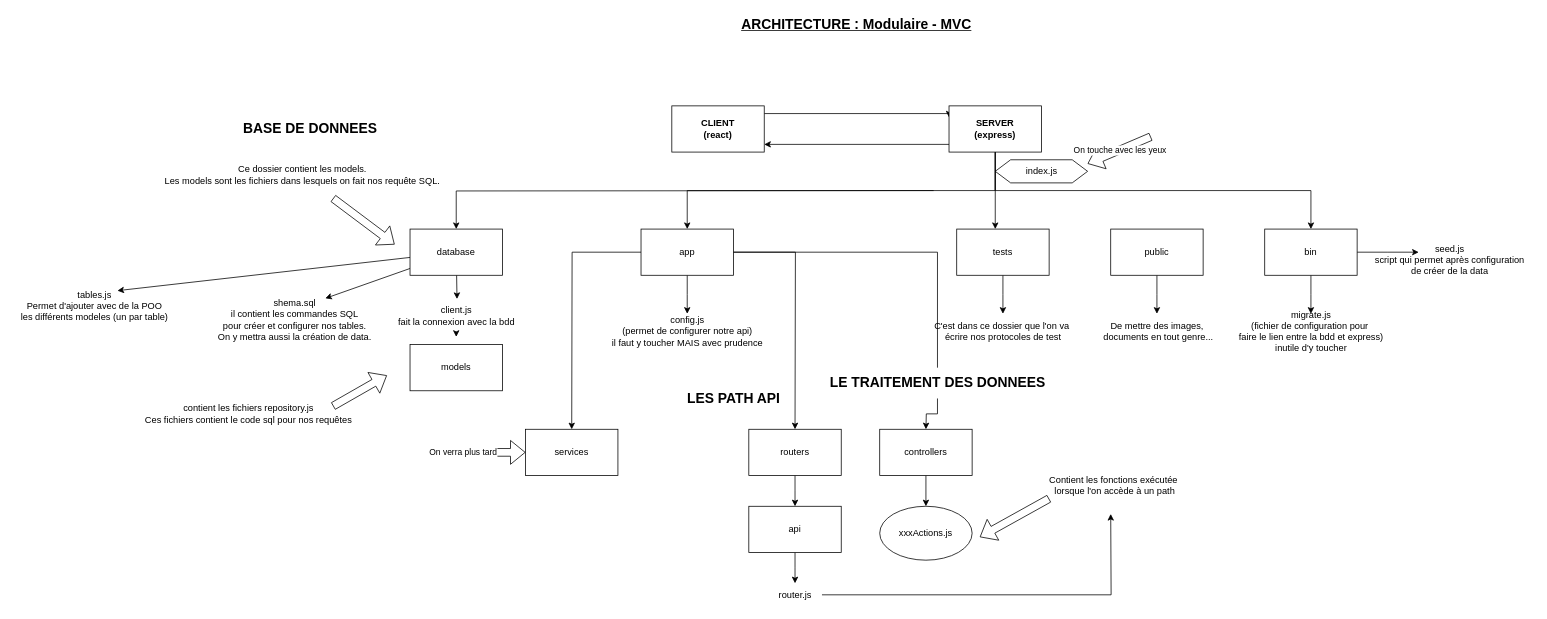
Earlier version of the draw.io diagram page "architecture" (1 of 4) of server/public/schemas/architecture.drawio (kpeset/guitareshop). Source tidied: cells renumbered, new cells numbered last; positions are measured from the earlier drawing's top-left corner, leaving out a move shared by most shapes. Both pictures are drawn from the tidied source at 77%, with x=0, y=0 at pixel (13, 13).
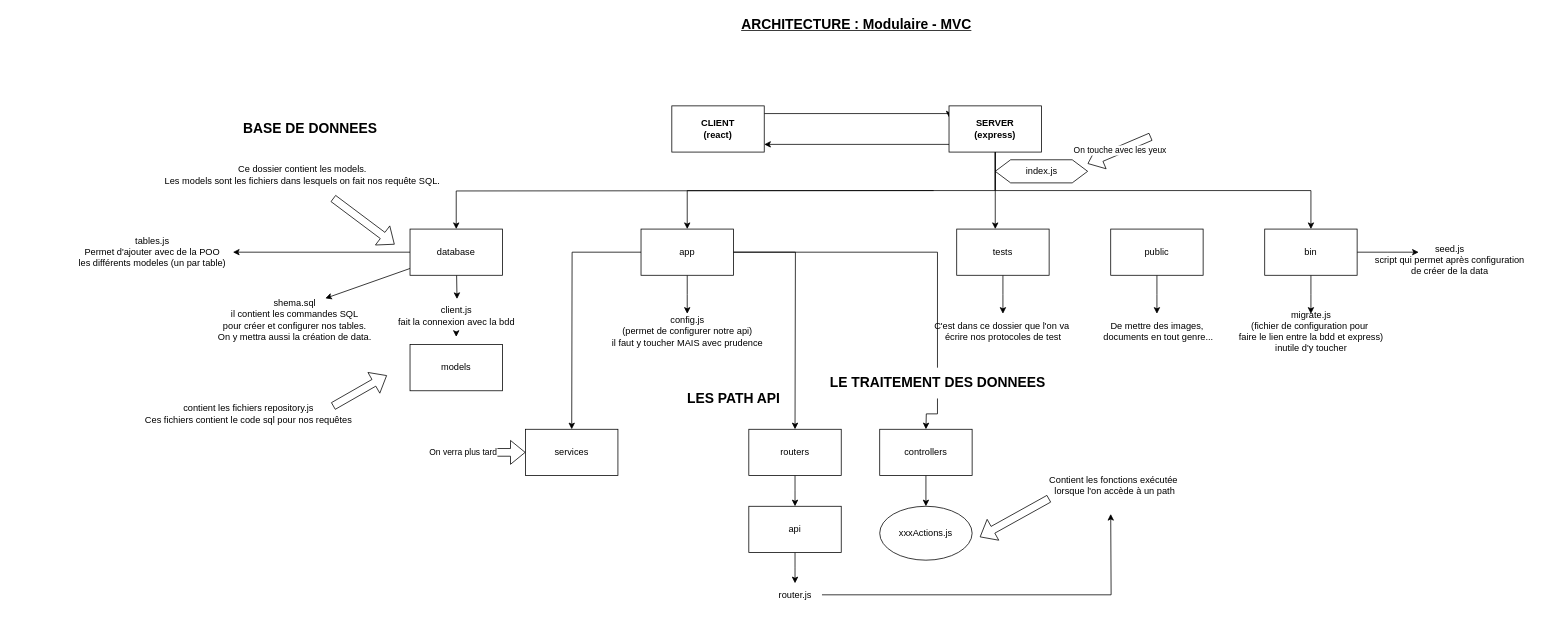
Above is the later version.

Unchanged cells that the change refers to:
```xml
<mxCell id="49" value="database" style="whiteSpace=wrap;html=1;" parent="1" vertex="1">
  <mxGeometry x="515" y="280" width="120" height="60" as="geometry" />
</mxCell>
```

What changed in the source:
```diff
@@
-    <mxCell id="48" style="edgeStyle=none;html=1;" parent="1" edge="1" source="49">
-      <mxGeometry relative="1" as="geometry">
-        <mxPoint x="135" y="360" as="targetPoint" />
-      </mxGeometry>
+    <mxCell id="48" style="edgeStyle=none;html=1;" parent="1" edge="1" source="49" target="55">
+      <mxGeometry relative="1" as="geometry" />
     </mxCell>
@@
     <mxCell id="55" value="tables.js&lt;br&gt;Permet d'ajouter avec de la POO&lt;br&gt;les différents modeles (un par table)" style="text;html=1;align=center;verticalAlign=middle;points=[];strokeColor=none;fillColor=none;" parent="1" vertex="1">
-      <mxGeometry y="350" width="210" height="60" as="geometry" />
+      <mxGeometry x="75" y="280" width="210" height="60" as="geometry" />
     </mxCell>
```
